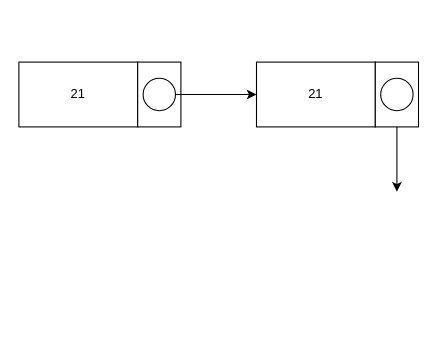
Earlier version of the draw.io diagram 循环链表.drawio (qiuquanhui/images). Source tidied: cells renumbered, new cells numbered last; positions are measured from the earlier drawing's top-left corner, leaving out a move shared by most shapes. Both pictures are drawn from the tidied source at 108%, with x=0, y=0 at pixel (18, 62).
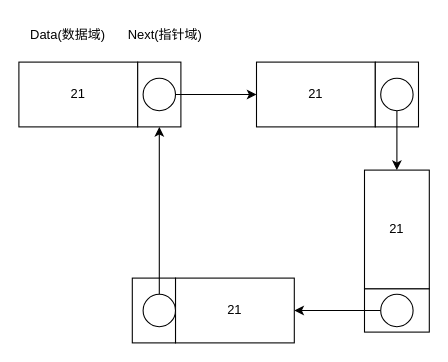
The same diagram, later.

Commit message (it also covers changes not shown here):
更新循环链表.drawio

The change refers to these unchanged cells:
```xml
<mxCell id="3" style="rounded=0;whiteSpace=wrap;html=1;" parent="1" vertex="1">
  <mxGeometry x="110" width="40" height="60" as="geometry" />
</mxCell>
<mxCell id="9" style="verticalLabelPosition=bottom;verticalAlign=top;html=1;shape=mxgraph.flowchart.on-page_reference;" parent="1" vertex="1">
  <mxGeometry x="335" y="15" width="30" height="30" as="geometry" />
</mxCell>
```

What changed in the source:
```diff
@@
-    <mxCell id="7" style="edgeStyle=orthogonalEdgeStyle;rounded=0;jettySize=auto;html=1;exitX=0.5;exitY=1;exitDx=0;exitDy=0;exitPerimeter=0;" parent="1" edge="1" source="9">
-      <mxGeometry relative="1" as="geometry">
-        <mxPoint x="350" y="120" as="targetPoint" />
-      </mxGeometry>
-    </mxCell>
@@
+    <mxCell id="10" style="edgeStyle=orthogonalEdgeStyle;rounded=0;jettySize=auto;html=1;" parent="1" edge="1" source="9" target="11">
+      <mxGeometry relative="1" as="geometry" />
+    </mxCell>
@@
+    <mxCell id="11" value="21" style="rounded=0;whiteSpace=wrap;html=1;direction=south;" parent="1" vertex="1">
+      <mxGeometry x="320" y="100" width="60" height="110" as="geometry" />
+    </mxCell>
+    <mxCell id="12" style="rounded=0;whiteSpace=wrap;html=1;direction=south;" parent="1" vertex="1">
+      <mxGeometry x="320" y="210" width="60" height="40" as="geometry" />
+    </mxCell>
+    <mxCell id="13" style="edgeStyle=orthogonalEdgeStyle;rounded=0;jettySize=auto;html=1;" parent="1" edge="1" source="14" target="15">
+      <mxGeometry relative="1" as="geometry" />
+    </mxCell>
+    <mxCell id="14" style="verticalLabelPosition=bottom;verticalAlign=top;html=1;shape=mxgraph.flowchart.on-page_reference;" parent="1" vertex="1">
+      <mxGeometry x="335" y="215" width="30" height="30" as="geometry" />
+    </mxCell>
+    <mxCell id="15" value="21" style="rounded=0;whiteSpace=wrap;html=1;direction=west;" parent="1" vertex="1">
+      <mxGeometry x="145" y="200" width="110" height="60" as="geometry" />
+    </mxCell>
+    <mxCell id="16" style="rounded=0;whiteSpace=wrap;html=1;" parent="1" vertex="1">
+      <mxGeometry x="105" y="200" width="40" height="60" as="geometry" />
+    </mxCell>
+    <mxCell id="17" style="edgeStyle=orthogonalEdgeStyle;rounded=0;jettySize=auto;html=1;" parent="1" edge="1" source="18" target="3">
+      <mxGeometry relative="1" as="geometry" />
+    </mxCell>
+    <mxCell id="18" style="verticalLabelPosition=bottom;verticalAlign=top;html=1;shape=mxgraph.flowchart.on-page_reference;" parent="1" vertex="1">
+      <mxGeometry x="115" y="215" width="30" height="30" as="geometry" />
+    </mxCell>
+    <mxCell id="19" value="Data(数据域)" style="text;html=1;align=center;verticalAlign=middle;strokeColor=none;fillColor=none;" parent="1" vertex="1">
+      <mxGeometry y="-40" width="90" height="30" as="geometry" />
+    </mxCell>
+    <mxCell id="20" value="Next(指针域)" style="text;html=1;align=center;verticalAlign=middle;strokeColor=none;fillColor=none;" parent="1" vertex="1">
+      <mxGeometry x="90" y="-40" width="90" height="30" as="geometry" />
+    </mxCell>
```
